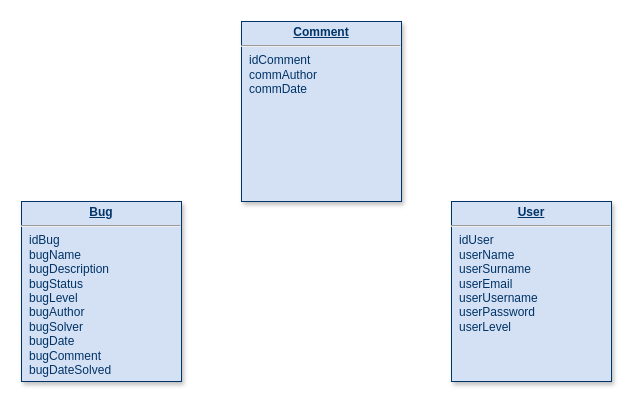
This is _devFolder/databaseDiagram.drawio from just-hovy/BugTracker, a draw.io file, before an edit. Source tidied: cells renumbered, new cells numbered last; positions are measured from the earlier drawing's top-left corner, leaving out a move shared by most shapes. Both pictures are drawn from the tidied source at 100%, with x=0, y=0 at pixel (21, 21).
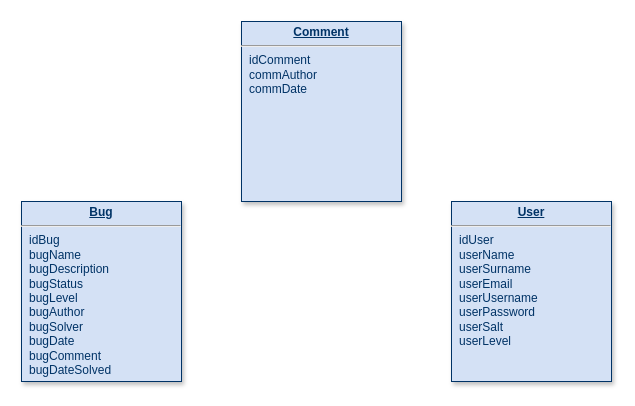
After the change.

Change to the diagram source:
```diff
@@
 <mxGraphModel>
   <root>
     <mxCell id="0" />
     <mxCell id="1" parent="0" />
-    <mxCell id="2" value="&lt;p style=&quot;margin: 0px ; margin-top: 4px ; text-align: center ; text-decoration: underline&quot;&gt;&lt;strong&gt;User&lt;/strong&gt;&lt;/p&gt;&lt;hr&gt;&lt;p style=&quot;margin: 0px ; margin-left: 8px&quot;&gt;idUser&lt;/p&gt;&lt;p style=&quot;margin: 0px ; margin-left: 8px&quot;&gt;userName&lt;br&gt;&lt;/p&gt;&lt;p style=&quot;margin: 0px ; margin-left: 8px&quot;&gt;userSurname&lt;/p&gt;&lt;p style=&quot;margin: 0px ; margin-left: 8px&quot;&gt;userEmail&lt;/p&gt;&lt;p style=&quot;margin: 0px ; margin-left: 8px&quot;&gt;userUsername&lt;/p&gt;&lt;p style=&quot;margin: 0px ; margin-left: 8px&quot;&gt;userPassword&lt;/p&gt;&lt;p style=&quot;margin: 0px ; margin-left: 8px&quot;&gt;userLevel&lt;br&gt;&lt;/p&gt;" style="verticalAlign=top;align=left;overflow=fill;fontSize=12;fontFamily=Helvetica;html=1;strokeColor=#003366;shadow=1;fillColor=#D4E1F5;fontColor=#003366;" parent="1" vertex="1">
+    <mxCell id="2" value="&lt;p style=&quot;margin: 0px ; margin-top: 4px ; text-align: center ; text-decoration: underline&quot;&gt;&lt;strong&gt;User&lt;/strong&gt;&lt;/p&gt;&lt;hr&gt;&lt;p style=&quot;margin: 0px ; margin-left: 8px&quot;&gt;idUser&lt;/p&gt;&lt;p style=&quot;margin: 0px ; margin-left: 8px&quot;&gt;userName&lt;br&gt;&lt;/p&gt;&lt;p style=&quot;margin: 0px ; margin-left: 8px&quot;&gt;userSurname&lt;/p&gt;&lt;p style=&quot;margin: 0px ; margin-left: 8px&quot;&gt;userEmail&lt;/p&gt;&lt;p style=&quot;margin: 0px ; margin-left: 8px&quot;&gt;userUsername&lt;/p&gt;&lt;p style=&quot;margin: 0px ; margin-left: 8px&quot;&gt;userPassword&lt;/p&gt;&lt;p style=&quot;margin: 0px ; margin-left: 8px&quot;&gt;userSalt&lt;/p&gt;&lt;p style=&quot;margin: 0px ; margin-left: 8px&quot;&gt;userLevel&lt;br&gt;&lt;/p&gt;" style="verticalAlign=top;align=left;overflow=fill;fontSize=12;fontFamily=Helvetica;html=1;strokeColor=#003366;shadow=1;fillColor=#D4E1F5;fontColor=#003366;" parent="1" vertex="1">
       <mxGeometry x="430" y="180" width="160" height="180" as="geometry" />
     </mxCell>
     <mxCell id="3" value="&lt;p style=&quot;margin: 0px ; margin-top: 4px ; text-align: center ; text-decoration: underline&quot;&gt;&lt;strong&gt;Bug&lt;br&gt;&lt;/strong&gt;&lt;/p&gt;&lt;hr&gt;&lt;p style=&quot;margin: 0px ; margin-left: 8px&quot;&gt;idBug&lt;br&gt;&lt;/p&gt;&lt;p style=&quot;margin: 0px ; margin-left: 8px&quot;&gt;bugName&lt;/p&gt;&lt;p style=&quot;margin: 0px ; margin-left: 8px&quot;&gt;bugDescription&lt;/p&gt;&lt;p style=&quot;margin: 0px ; margin-left: 8px&quot;&gt;bugStatus&lt;/p&gt;&lt;p style=&quot;margin: 0px ; margin-left: 8px&quot;&gt;bugLevel&lt;br&gt;&lt;/p&gt;&lt;p style=&quot;margin: 0px ; margin-left: 8px&quot;&gt;bugAuthor&lt;br&gt;&lt;/p&gt;&lt;p style=&quot;margin: 0px ; margin-left: 8px&quot;&gt;bugSolver&lt;br&gt;&lt;/p&gt;&lt;p style=&quot;margin: 0px ; margin-left: 8px&quot;&gt;bugDate&lt;/p&gt;&lt;p style=&quot;margin: 0px ; margin-left: 8px&quot;&gt;bugComment&lt;br&gt;&lt;/p&gt;&lt;p style=&quot;margin: 0px ; margin-left: 8px&quot;&gt;bugDateSolved&lt;br&gt;&lt;/p&gt;&lt;p style=&quot;margin: 0px ; margin-left: 8px&quot;&gt;&lt;br&gt;&lt;/p&gt;&lt;p style=&quot;margin: 0px ; margin-left: 8px&quot;&gt;&lt;br&gt;&lt;/p&gt;" style="verticalAlign=top;align=left;overflow=fill;fontSize=12;fontFamily=Helvetica;html=1;strokeColor=#003366;shadow=1;fillColor=#D4E1F5;fontColor=#003366;" parent="1" vertex="1">
       <mxGeometry y="180" width="160" height="180" as="geometry" />
     </mxCell>
     <mxCell id="4" value="&lt;p style=&quot;margin: 0px ; margin-top: 4px ; text-align: center ; text-decoration: underline&quot;&gt;&lt;strong&gt;Comment&lt;br&gt;&lt;/strong&gt;&lt;/p&gt;&lt;hr&gt;&lt;p style=&quot;margin: 0px ; margin-left: 8px&quot;&gt;idComment&lt;br&gt;&lt;/p&gt;&lt;p style=&quot;margin: 0px ; margin-left: 8px&quot;&gt;commAuthor&lt;br&gt;&lt;/p&gt;&lt;p style=&quot;margin: 0px ; margin-left: 8px&quot;&gt;commDate&lt;br&gt;&lt;/p&gt;&lt;p style=&quot;margin: 0px ; margin-left: 8px&quot;&gt;&lt;br&gt;&lt;/p&gt;" style="verticalAlign=top;align=left;overflow=fill;fontSize=12;fontFamily=Helvetica;html=1;strokeColor=#003366;shadow=1;fillColor=#D4E1F5;fontColor=#003366;" parent="1" vertex="1">
       <mxGeometry x="220" width="160" height="180" as="geometry" />
     </mxCell>
   </root>
 </mxGraphModel>
```
